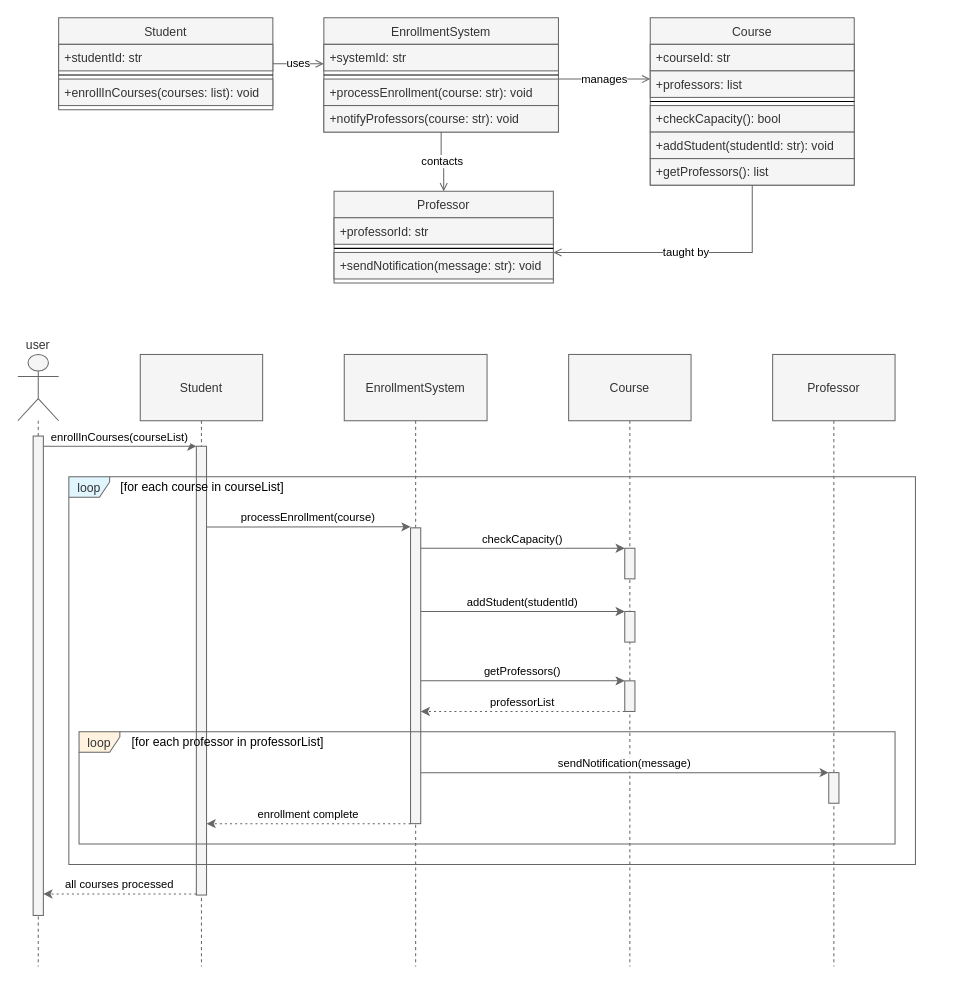
kkubinova/drawio_plugin keeps this draw.io diagram as diagrams/examples/fragments_examples/loop_03.3.drawio. Above is the earlier version. Source tidied: cells renumbered, new cells numbered last; positions are measured from the earlier drawing's top-left corner, leaving out a move shared by most shapes. Both pictures are drawn from the tidied source at 102%, with x=0, y=0 at pixel (17, 17).
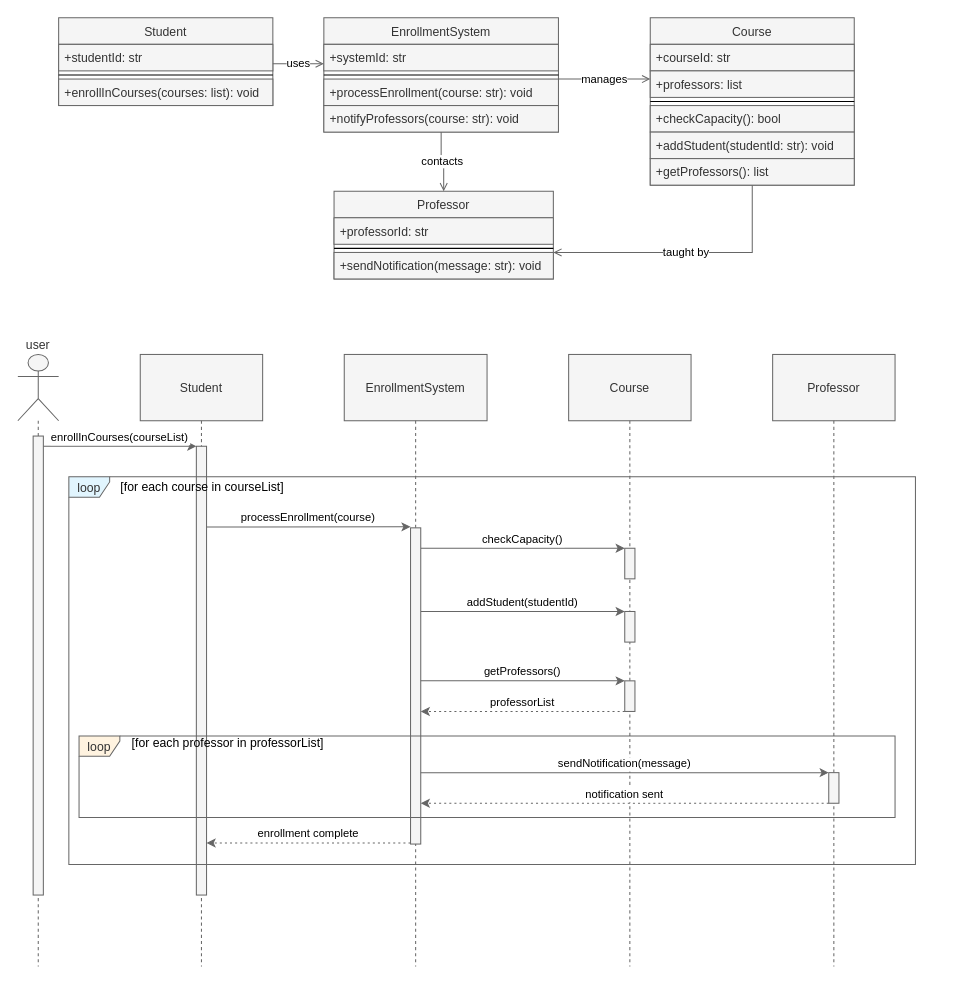
Above is the later version.

The change refers to these unchanged cells:
```xml
<mxCell id="28" style="group;fillColor=none;" parent="27" vertex="1">
  <mxGeometry y="330" width="900" height="600" as="geometry" />
</mxCell>
<mxCell id="29" value="user" style="shape=umlLifeline;perimeter=lifelinePerimeter;whiteSpace=wrap;participant=umlActor;verticalAlign=bottom;labelPosition=center;verticalLabelPosition=top;align=center;size=65;fillColor=#f5f5f5;fontColor=#333333;strokeColor=#666666;" parent="28" vertex="1">
  <mxGeometry width="40" height="600" as="geometry" />
</mxCell>
```

What changed in the source:
```diff
@@
     <mxCell id="3" value="Student" style="swimlane;fontStyle=0;align=center;verticalAlign=top;horizontal=1;startSize=26;rounded=0;shadow=0;strokeWidth=1;fillColor=#f5f5f5;fontColor=#333333;strokeColor=#666666;" parent="2" vertex="1">
-      <mxGeometry x="40" width="210" height="90" as="geometry" />
+      <mxGeometry x="40" width="210" height="86" as="geometry" />
     </mxCell>
@@
     <mxCell id="19" value="Professor" style="swimlane;fontStyle=0;align=center;verticalAlign=top;horizontal=1;startSize=26;rounded=0;shadow=0;strokeWidth=1;fillColor=#f5f5f5;fontColor=#333333;strokeColor=#666666;" parent="2" vertex="1">
-      <mxGeometry x="310" y="170" width="215" height="90" as="geometry" />
+      <mxGeometry x="310" y="170" width="215" height="86" as="geometry" />
     </mxCell>
@@
     <mxCell id="30" style="perimeter=orthogonalPerimeter;targetShapes=umlLifeline;fillColor=#f5f5f5;fontColor=#333333;strokeColor=#666666;" parent="29" vertex="1">
-      <mxGeometry x="15" y="80" width="10" height="470" as="geometry" />
+      <mxGeometry x="15" y="80" width="10" height="450" as="geometry" />
     </mxCell>
@@
     <mxCell id="44" style="perimeter=orthogonalPerimeter;targetShapes=umlLifeline;fillColor=#f5f5f5;fontColor=#333333;strokeColor=#666666;" parent="28" vertex="1">
-      <mxGeometry x="385" y="170" width="10" height="290" as="geometry" />
+      <mxGeometry x="385" y="170" width="10" height="310" as="geometry" />
     </mxCell>
@@
     <mxCell id="48" value="loop" style="shape=umlFrame;strokeColor=#666666;height=20;width=40;fillColor=#fff3e0;fontColor=#333333;" parent="28" vertex="1">
-      <mxGeometry x="60" y="370" width="800" height="110" as="geometry" />
+      <mxGeometry x="60" y="374" width="800" height="80" as="geometry" />
     </mxCell>
     <mxCell id="49" value="[for each professor in professorList]" style="text;strokeColor=none;fillColor=none;align=left;verticalAlign=middle;whiteSpace=wrap;" parent="48" vertex="1">
-      <mxGeometry x="50" width="750" height="20" as="geometry" />
+      <mxGeometry x="50" width="750" height="14.5" as="geometry" />
     </mxCell>
@@
+    <mxCell id="54" value="notification sent" style="verticalAlign=bottom;edgeStyle=elbowEdgeStyle;elbow=vertical;curved=0;rounded=0;dashed=1;dashPattern=2 3;endArrow=classic;fillColor=#f5f5f5;strokeColor=#666666;endFill=1;" parent="28" edge="1">
+      <mxGeometry relative="1" as="geometry">
+        <mxPoint x="795" y="440" as="sourcePoint" />
+        <mxPoint x="395" y="440" as="targetPoint" />
+      </mxGeometry>
+    </mxCell>
     <mxCell id="52" value="enrollment complete" style="verticalAlign=bottom;edgeStyle=elbowEdgeStyle;elbow=vertical;curved=0;rounded=0;dashed=1;dashPattern=2 3;endArrow=classic;fillColor=#f5f5f5;strokeColor=#666666;endFill=1;" parent="28" edge="1">
       <mxGeometry relative="1" as="geometry">
-        <mxPoint x="385" y="460" as="sourcePoint" />
-        <mxPoint x="185" y="460" as="targetPoint" />
+        <mxPoint x="385" y="479" as="sourcePoint" />
+        <mxPoint x="185" y="479" as="targetPoint" />
       </mxGeometry>
     </mxCell>
-    <mxCell id="53" value="all courses processed" style="verticalAlign=bottom;edgeStyle=elbowEdgeStyle;elbow=vertical;curved=0;rounded=0;dashed=1;dashPattern=2 3;endArrow=classic;fillColor=#f5f5f5;strokeColor=#666666;endFill=1;" parent="28" edge="1">
-      <mxGeometry relative="1" as="geometry">
-        <mxPoint x="175" y="529" as="sourcePoint" />
-        <mxPoint x="25" y="529" as="targetPoint" />
-      </mxGeometry>
-    </mxCell>
```
